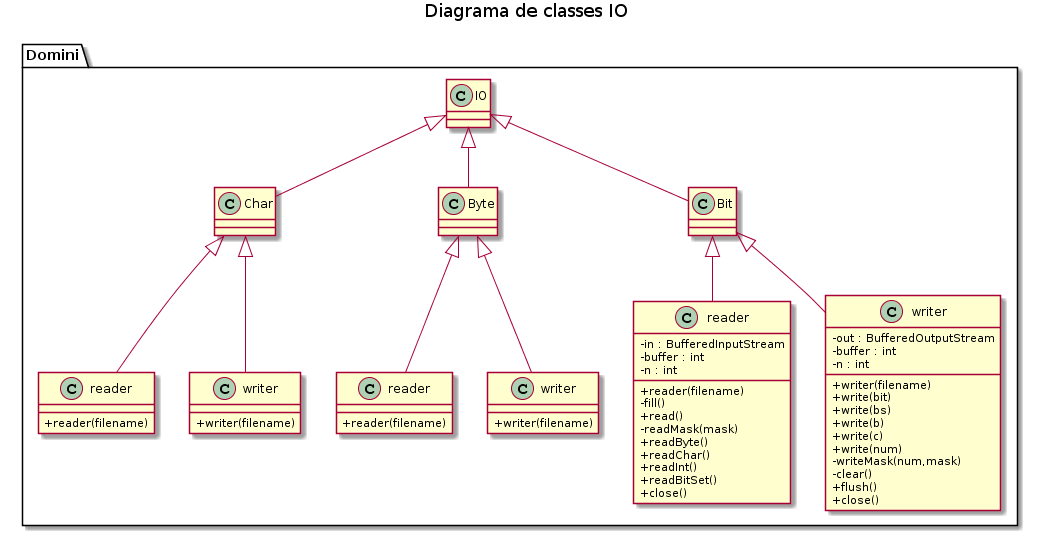
This is doc/UML/DiagramaClasses_IO.png from Leixb/UPC-PROP_Compressor, a PlantUML export, as it was before one commit.
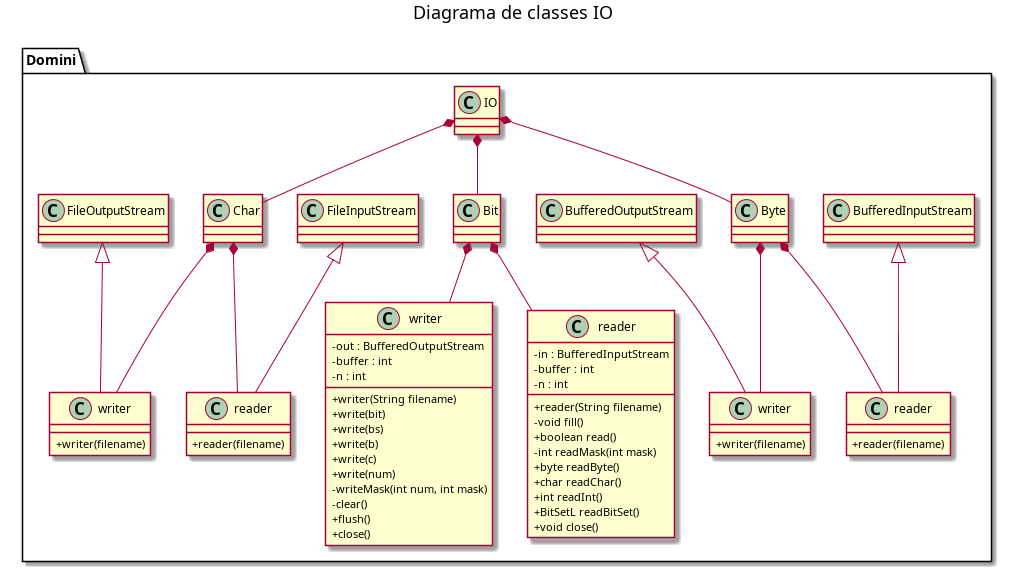
Later version of the same file.

What changed in the source:
```diff
@@ -1,4 +1,5 @@
 @startuml
+
 skinparam classAttributeIconSize 0
 
 title Diagrama de classes IO
@@ -25,41 +26,53 @@
         - in : BufferedInputStream
         - buffer : int
         - n : int
-        +reader(filename)
-        -fill()
-        +read()
-        -readMask(mask)
-        +readByte()
-        +readChar()
-        +readInt()
-        +readBitSet()
-        +close()
+        +reader(String filename)
+        -void fill()
+        +boolean read()
+        -int readMask(int mask)
+        +byte readByte()
+        +char readChar()
+        +int readInt()
+        +BitSetL readBitSet()
+        +void close()
     }
     class writerBit as "writer" {
         - out : BufferedOutputStream
         - buffer : int
         - n : int
-        +writer(filename)
+        +writer(String filename)
         +write(bit)
         +write(bs)
         +write(b)
         +write(c)
         +write(num)
-        -writeMask(num,mask)
+        -writeMask(int num, int mask)
         -clear()
         +flush()
         +close()
     }
 
+    class BufferedInputStream
+    class BufferedOutputStream
+    class FileInputStream
+    class FileOutputStream
 
-    IO <|-- Char
-    IO <|-- Byte
-    IO <|-- Bit
-    Char <|-- writerChar
-    Char <|-- readerChar
-    Byte <|-- writerByte
-    Byte <|-- readerByte
-    Bit <|-- readerBit
-    Bit <|-- writerBit
+    FileOutputStream <|-- writerChar
+    FileInputStream <|-- readerChar
+    BufferedOutputStream <|-- writerByte
+    BufferedInputStream <|-- readerByte
+
+
+    IO *-- Char
+    IO *-- Byte
+    IO *-- Bit
+    Char *-- writerChar
+    Char *-- readerChar
+    Byte *-- writerByte
+    Byte *-- readerByte
+    Bit *-- readerBit
+    Bit *-- writerBit
 }
+
+
 @enduml
```
